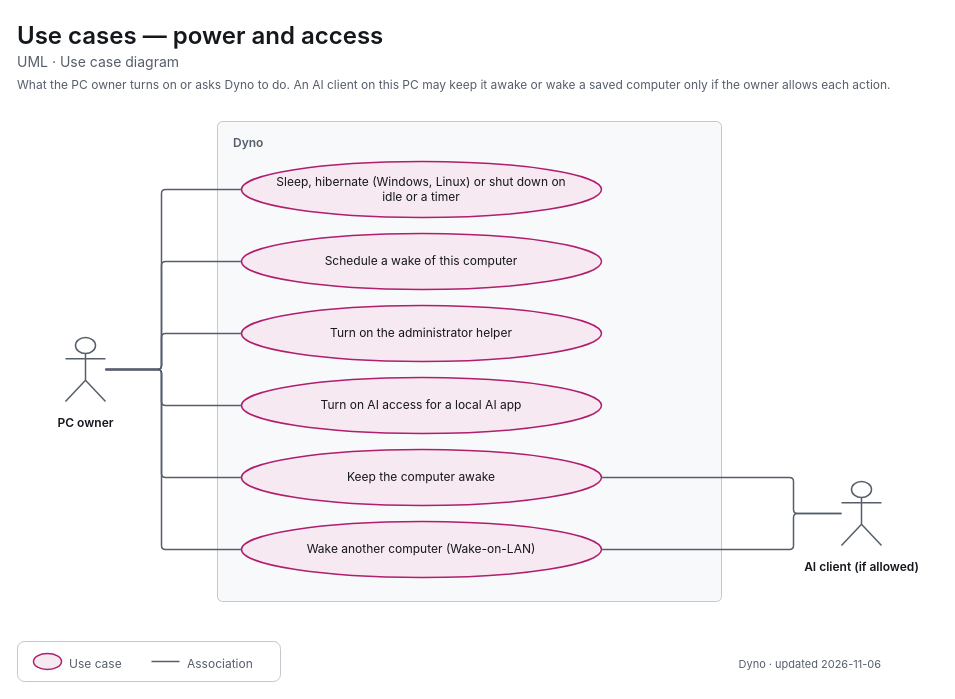
Above: apps/dyno/diagrams/uml-use-cases-power.drawio in decryp7/paddock (draw.io), before the change. Source tidied: cells renumbered, new cells numbered last; positions are measured from the earlier drawing's top-left corner, leaving out a move shared by most shapes. Both pictures are drawn from the tidied source at 100%, with x=0, y=0 at pixel (17, 17).
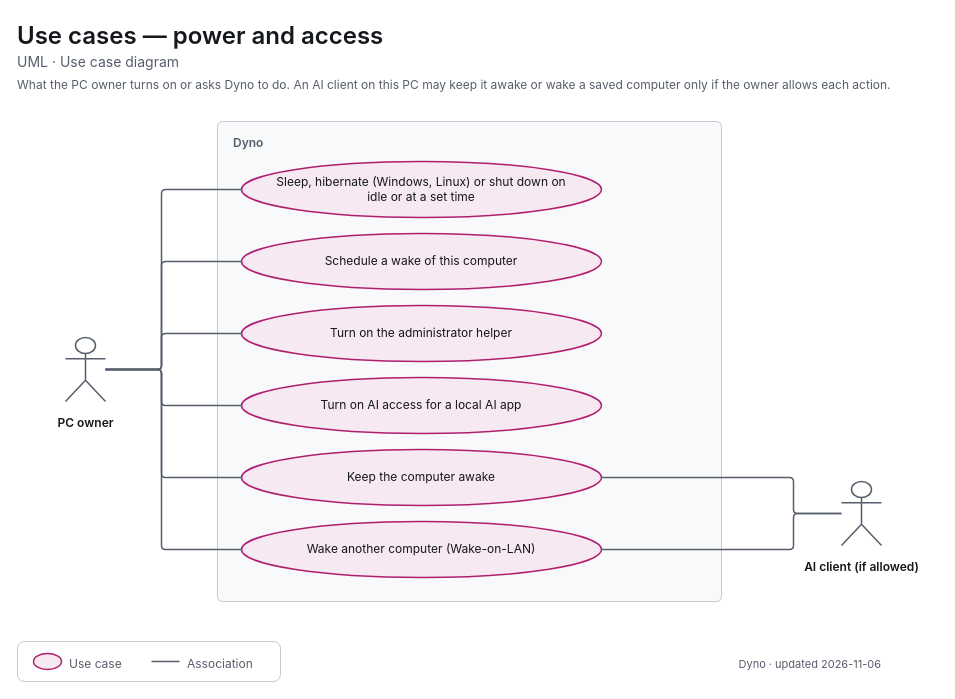
Above is the later version.

Change to the diagram source:
```diff
@@
-    <mxCell id="6" value="&lt;span style=&quot;font-size:12px&quot;&gt;Sleep, hibernate (Windows, Linux) or shut down on idle or a timer&lt;/span&gt;" style="html=1;whiteSpace=wrap;fontFamily=-apple-system,BlinkMacSystemFont,Segoe UI,system-ui,sans-serif;fontSize=12;fontColor=light-dark(#14171C,#ECEEF1);ellipse;strokeWidth=1.5;strokeColor=light-dark(#B01E6E,#F063A8);fillColor=light-dark(#F7E9F1,#382332);align=center;verticalAlign=middle;spacingLeft=28;spacingRight=28;" parent="1" vertex="1">
+    <mxCell id="6" value="&lt;span style=&quot;font-size:12px&quot;&gt;Sleep, hibernate (Windows, Linux) or shut down on idle or at a set time&lt;/span&gt;" style="html=1;whiteSpace=wrap;fontFamily=-apple-system,BlinkMacSystemFont,Segoe UI,system-ui,sans-serif;fontSize=12;fontColor=light-dark(#14171C,#ECEEF1);ellipse;strokeWidth=1.5;strokeColor=light-dark(#B01E6E,#F063A8);fillColor=light-dark(#F7E9F1,#382332);align=center;verticalAlign=middle;spacingLeft=28;spacingRight=28;" parent="1" vertex="1">
       <mxGeometry x="224" y="144" width="360" height="56" as="geometry" />
     </mxCell>
```
